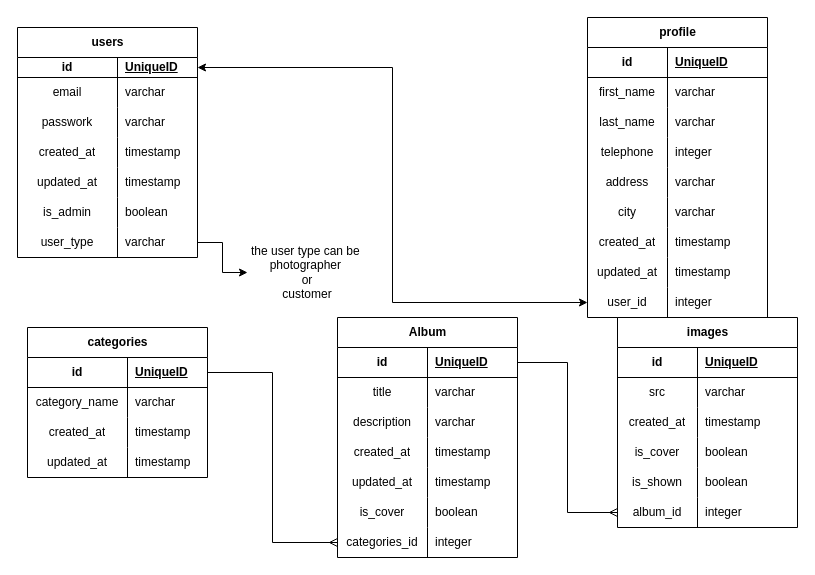
Above: photosite.drawio in xaosmaker/photosite (draw.io), before the change. Source tidied: cells renumbered, new cells numbered last; positions are measured from the earlier drawing's top-left corner, leaving out a move shared by most shapes. Both pictures are drawn from the tidied source at 100%, with x=0, y=0 at pixel (17, 17).
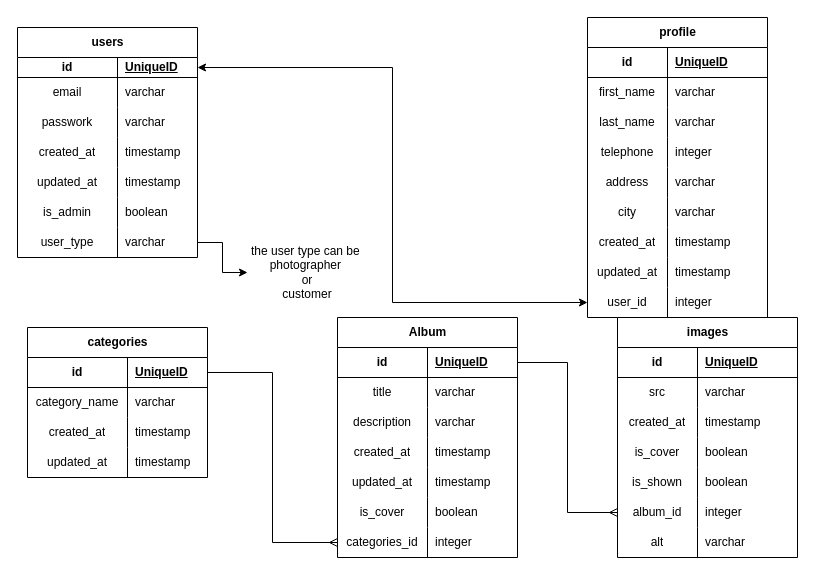
The same diagram, later.

What changed in the source:
```diff
@@
     <mxCell id="88" value="images" style="shape=table;startSize=30;childLayout=tableLayout;rowLines=0;fontStyle=1;align=center;html=1;" parent="1" vertex="1">
-      <mxGeometry x="600" y="300" width="180" height="210" as="geometry" />
+      <mxGeometry x="600" y="300" width="180" height="240" as="geometry" />
     </mxCell>
@@
+    <mxCell id="111" style="shape=tableRow;horizontal=0;startSize=0;swimlaneHead=0;swimlaneBody=0;fillColor=none;top=0;left=0;right=0;bottom=0;" parent="88" vertex="1">
+      <mxGeometry y="210" width="180" height="30" as="geometry" />
+    </mxCell>
+    <mxCell id="112" value="alt" style="shape=partialRectangle;fillColor=none;top=0;left=0;bottom=0;right=0;overflow=hidden;whiteSpace=wrap;html=1;" parent="111" vertex="1">
+      <mxGeometry width="80" height="30" as="geometry" />
+    </mxCell>
+    <mxCell id="113" value="varchar" style="shape=partialRectangle;fillColor=none;top=0;left=0;bottom=0;right=0;align=left;spacingLeft=6;overflow=hidden;whiteSpace=wrap;html=1;" parent="111" vertex="1">
+      <mxGeometry x="80" width="100" height="30" as="geometry" />
+    </mxCell>
```
